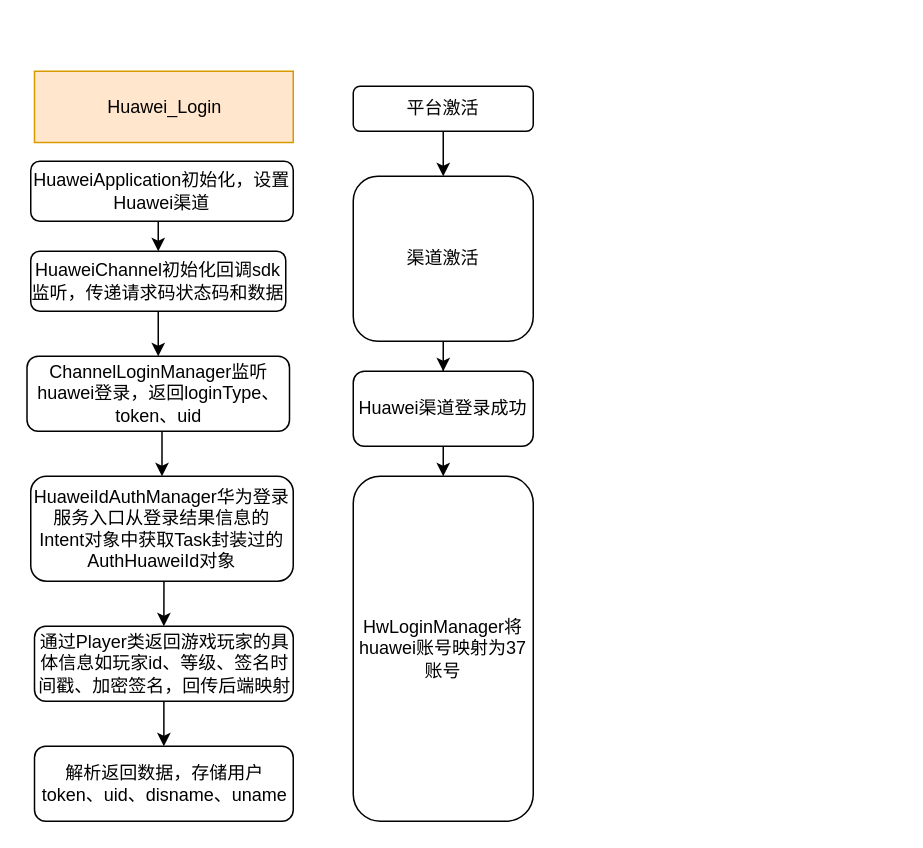
fyang21117/app_diagrams keeps this draw.io diagram as Untitled Diagram.drawio. Above is the earlier version. Source tidied: cells renumbered, new cells numbered last; positions are measured from the earlier drawing's top-left corner, leaving out a move shared by most shapes. Both pictures are drawn from the tidied source at 150%, with x=0, y=0 at pixel (26, 70).
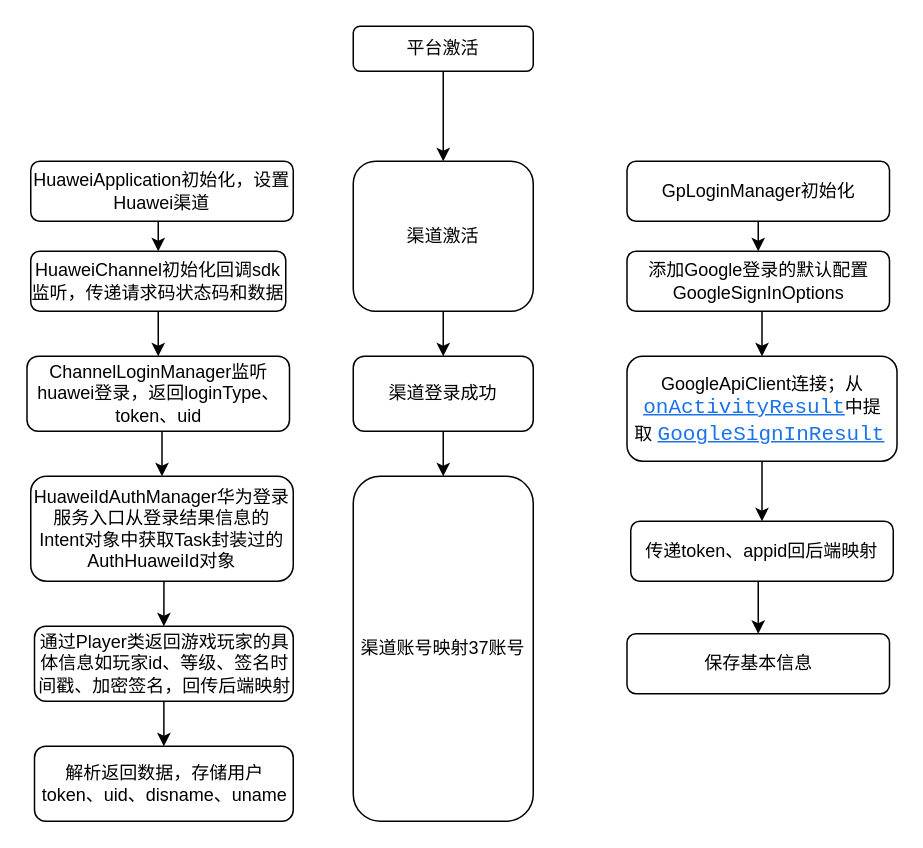
The same page after the edit.

Commit message:
sdk-sea-Login

Diff of the diagram source:
```diff
@@
-    <mxCell id="4" value="Huawei_Login" style="text;html=1;strokeColor=#d79b00;fillColor=#ffe6cc;align=center;verticalAlign=middle;whiteSpace=wrap;rounded=0;" parent="1" vertex="1">
-      <mxGeometry x="5.5" width="172.5" height="47.5" as="geometry" />
-    </mxCell>
@@
     <mxCell id="10" value="平台激活" style="rounded=1;whiteSpace=wrap;html=1;fontSize=12;glass=0;strokeWidth=1;shadow=0;" parent="1" vertex="1">
-      <mxGeometry x="218" y="10" width="120" height="30" as="geometry" />
+      <mxGeometry x="218" y="-30" width="120" height="30" as="geometry" />
     </mxCell>
@@
     <mxCell id="12" value="渠道激活" style="rounded=1;whiteSpace=wrap;html=1;fontSize=12;glass=0;strokeWidth=1;shadow=0;" parent="1" vertex="1">
-      <mxGeometry x="218" y="70" width="120" height="110" as="geometry" />
+      <mxGeometry x="218" y="60" width="120" height="100" as="geometry" />
     </mxCell>
-    <mxCell id="13" value="HwLoginManager将huawei账号映射为37账号" style="rounded=1;whiteSpace=wrap;html=1;fontSize=12;glass=0;strokeWidth=1;shadow=0;" parent="1" vertex="1">
+    <mxCell id="13" value="渠道账号映射37账号" style="rounded=1;whiteSpace=wrap;html=1;fontSize=12;glass=0;strokeWidth=1;shadow=0;" parent="1" vertex="1">
       <mxGeometry x="218" y="270" width="120" height="230" as="geometry" />
     </mxCell>
@@
-    <mxCell id="15" value="Huawei渠道登录成功" style="rounded=1;whiteSpace=wrap;html=1;fontSize=12;glass=0;strokeWidth=1;shadow=0;" parent="1" vertex="1">
-      <mxGeometry x="218" y="200" width="120" height="50" as="geometry" />
+    <mxCell id="15" value="渠道登录成功" style="rounded=1;whiteSpace=wrap;html=1;fontSize=12;glass=0;strokeWidth=1;shadow=0;" parent="1" vertex="1">
+      <mxGeometry x="218" y="190" width="120" height="50" as="geometry" />
     </mxCell>
@@
+    <mxCell id="21" style="edgeStyle=orthogonalEdgeStyle;rounded=0;jettySize=auto;html=1;exitX=0.5;exitY=1;exitDx=0;exitDy=0;entryX=0.5;entryY=0;entryDx=0;entryDy=0;" parent="1" edge="1" source="22" target="24">
+      <mxGeometry relative="1" as="geometry" />
+    </mxCell>
+    <mxCell id="22" value="GpLoginManager初始化" style="rounded=1;whiteSpace=wrap;html=1;fontSize=12;glass=0;strokeWidth=1;shadow=0;" parent="1" vertex="1">
+      <mxGeometry x="400.5" y="60" width="175" height="40" as="geometry" />
+    </mxCell>
+    <mxCell id="23" style="edgeStyle=orthogonalEdgeStyle;rounded=0;jettySize=auto;html=1;exitX=0.5;exitY=1;exitDx=0;exitDy=0;entryX=0.5;entryY=0;entryDx=0;entryDy=0;" parent="1" edge="1" source="24" target="26">
+      <mxGeometry relative="1" as="geometry" />
+    </mxCell>
+    <mxCell id="24" value="添加Google登录的默认配置GoogleSignInOptions" style="rounded=1;whiteSpace=wrap;html=1;fontSize=12;glass=0;strokeWidth=1;shadow=0;" parent="1" vertex="1">
+      <mxGeometry x="400.5" y="120" width="175" height="40" as="geometry" />
+    </mxCell>
+    <mxCell id="25" style="edgeStyle=orthogonalEdgeStyle;rounded=0;jettySize=auto;html=1;exitX=0.5;exitY=1;exitDx=0;exitDy=0;entryX=0.5;entryY=0;entryDx=0;entryDy=0;" parent="1" edge="1" source="26" target="28">
+      <mxGeometry relative="1" as="geometry" />
+    </mxCell>
+    <mxCell id="26" value="GoogleApiClient连接；从&lt;a href=&quot;https://developer.android.com/reference/android/app/Activity.html#onActivityResult(int,%20int,%20android.content.Intent)&quot; style=&quot;font-family: &amp;#34;roboto mono&amp;#34; , monospace ; font-size: 14px ; text-align: left ; box-sizing: inherit ; color: rgb(26 , 115 , 232) ; outline: 0px&quot;&gt;onActivityResult&lt;/a&gt;中提取&lt;span style=&quot;color: rgb(32 , 33 , 36) ; font-family: &amp;#34;roboto&amp;#34; , &amp;#34;noto sans&amp;#34; , &amp;#34;noto sans jp&amp;#34; , &amp;#34;noto sans kr&amp;#34; , &amp;#34;noto naskh arabic&amp;#34; , &amp;#34;noto sans thai&amp;#34; , &amp;#34;noto sans hebrew&amp;#34; , &amp;#34;noto sans bengali&amp;#34; , sans-serif ; font-size: 14px ; text-align: left ; background-color: rgba(255 , 255 , 255 , 0.95)&quot;&gt;&amp;nbsp;&lt;/span&gt;&lt;code translate=&quot;no&quot; dir=&quot;ltr&quot; style=&quot;box-sizing: inherit ; background: 0px center rgba(255 , 255 , 255 , 0.95) ; color: rgb(55 , 71 , 79) ; font-stretch: normal ; font-size: 14px ; line-height: 1 ; font-family: &amp;#34;roboto mono&amp;#34; , monospace ; padding: 0px ; text-align: left ; word-break: normal ; direction: ltr&quot;&gt;&lt;a href=&quot;https://developers.google.com/android/reference/com/google/android/gms/auth/api/signin/GoogleSignInResult&quot; style=&quot;box-sizing: inherit ; color: rgb(26 , 115 , 232) ; outline: 0px&quot;&gt;GoogleSignInResult&lt;/a&gt;&lt;/code&gt;&lt;span style=&quot;color: rgb(32 , 33 , 36) ; font-family: &amp;#34;roboto&amp;#34; , &amp;#34;noto sans&amp;#34; , &amp;#34;noto sans jp&amp;#34; , &amp;#34;noto sans kr&amp;#34; , &amp;#34;noto naskh arabic&amp;#34; , &amp;#34;noto sans thai&amp;#34; , &amp;#34;noto sans hebrew&amp;#34; , &amp;#34;noto sans bengali&amp;#34; , sans-serif ; font-size: 14px ; text-align: left ; background-color: rgba(255 , 255 , 255 , 0.95)&quot;&gt;&amp;nbsp;&lt;/span&gt;" style="rounded=1;whiteSpace=wrap;html=1;fontSize=12;glass=0;strokeWidth=1;shadow=0;" parent="1" vertex="1">
+      <mxGeometry x="400.5" y="190" width="180" height="70" as="geometry" />
+    </mxCell>
+    <mxCell id="27" style="edgeStyle=orthogonalEdgeStyle;rounded=0;jettySize=auto;html=1;exitX=0.5;exitY=1;exitDx=0;exitDy=0;entryX=0.5;entryY=0;entryDx=0;entryDy=0;" parent="1" edge="1" source="28" target="29">
+      <mxGeometry relative="1" as="geometry" />
+    </mxCell>
+    <mxCell id="28" value="传递token、appid回后端映射" style="rounded=1;whiteSpace=wrap;html=1;fontSize=12;glass=0;strokeWidth=1;shadow=0;" parent="1" vertex="1">
+      <mxGeometry x="403" y="300" width="175" height="40" as="geometry" />
+    </mxCell>
+    <mxCell id="29" value="保存基本信息" style="rounded=1;whiteSpace=wrap;html=1;fontSize=12;glass=0;strokeWidth=1;shadow=0;" parent="1" vertex="1">
+      <mxGeometry x="400.5" y="375" width="175" height="40" as="geometry" />
+    </mxCell>
```
